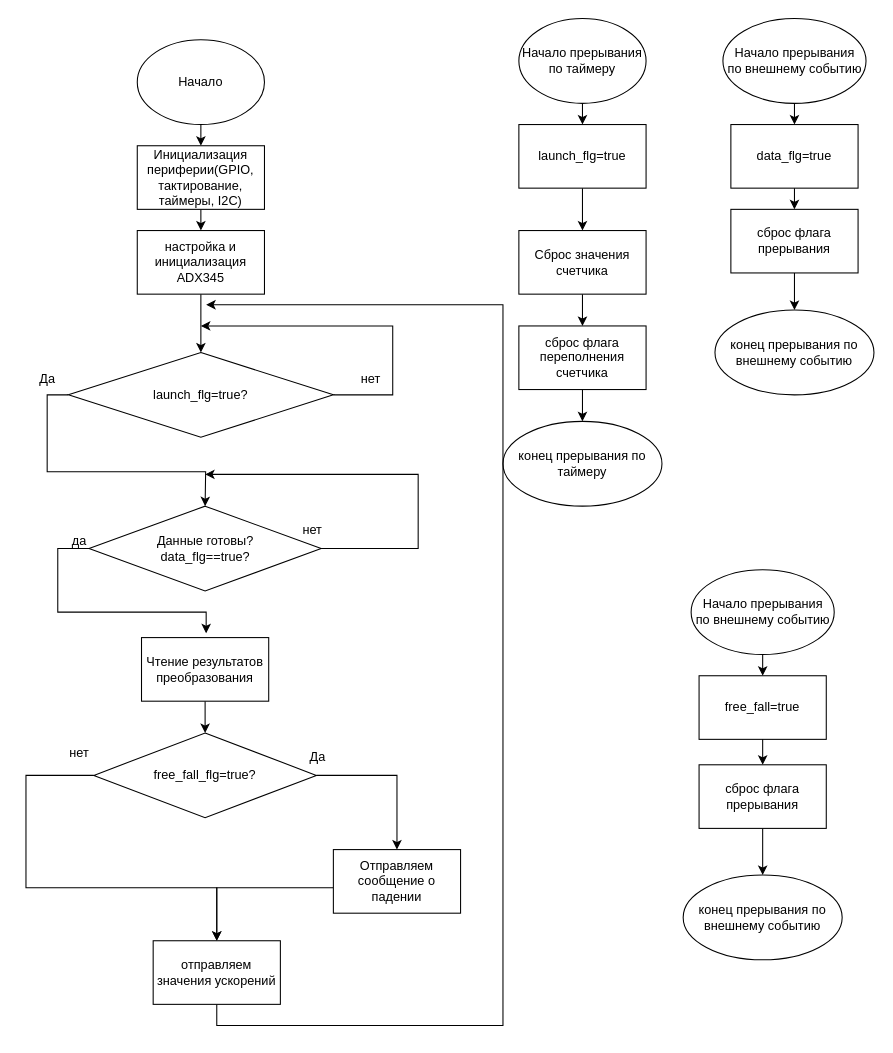
Earlier version of the draw.io diagram 11var(dg)/dangr.drawio (sogonov/kursachiki). Source tidied: cells renumbered, new cells numbered last; positions are measured from the earlier drawing's top-left corner, leaving out a move shared by most shapes. Both pictures are drawn from the tidied source at 106%, with x=0, y=0 at pixel (25, 18).
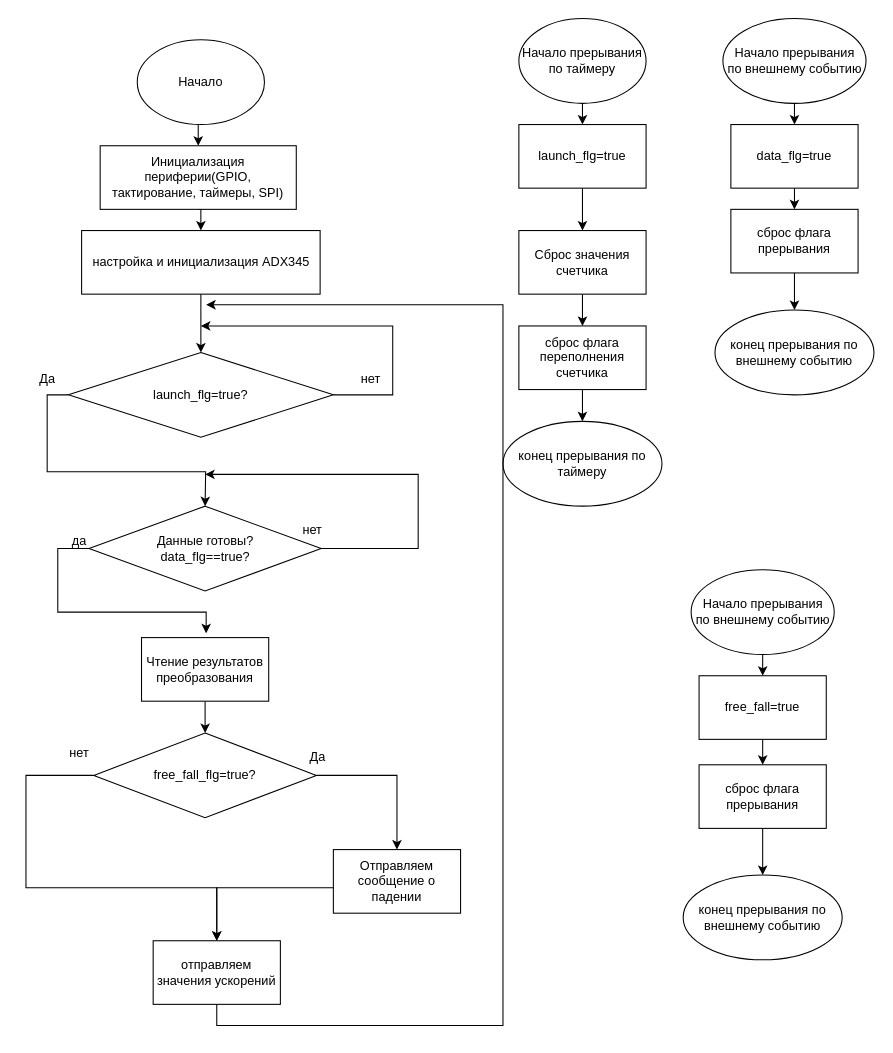
After the change.

The edit, as a diff of the source:
```diff
@@
-    <mxCell id="5" value="Инициализация периферии(GPIO, тактирование, таймеры, I2C)" style="rounded=0;whiteSpace=wrap;html=1;" parent="1" vertex="1">
-      <mxGeometry x="105" y="120" width="120" height="60" as="geometry" />
+    <mxCell id="5" value="Инициализация периферии(GPIO, тактирование, таймеры, SPI)" style="rounded=0;whiteSpace=wrap;html=1;" parent="1" vertex="1">
+      <mxGeometry x="70" y="120" width="185" height="60" as="geometry" />
     </mxCell>
@@
     <mxCell id="7" value="настройка и инициализация ADX345" style="rounded=0;whiteSpace=wrap;html=1;" parent="1" vertex="1">
-      <mxGeometry x="105" y="200" width="120" height="60" as="geometry" />
+      <mxGeometry x="52.5" y="200" width="225" height="60" as="geometry" />
     </mxCell>
```
